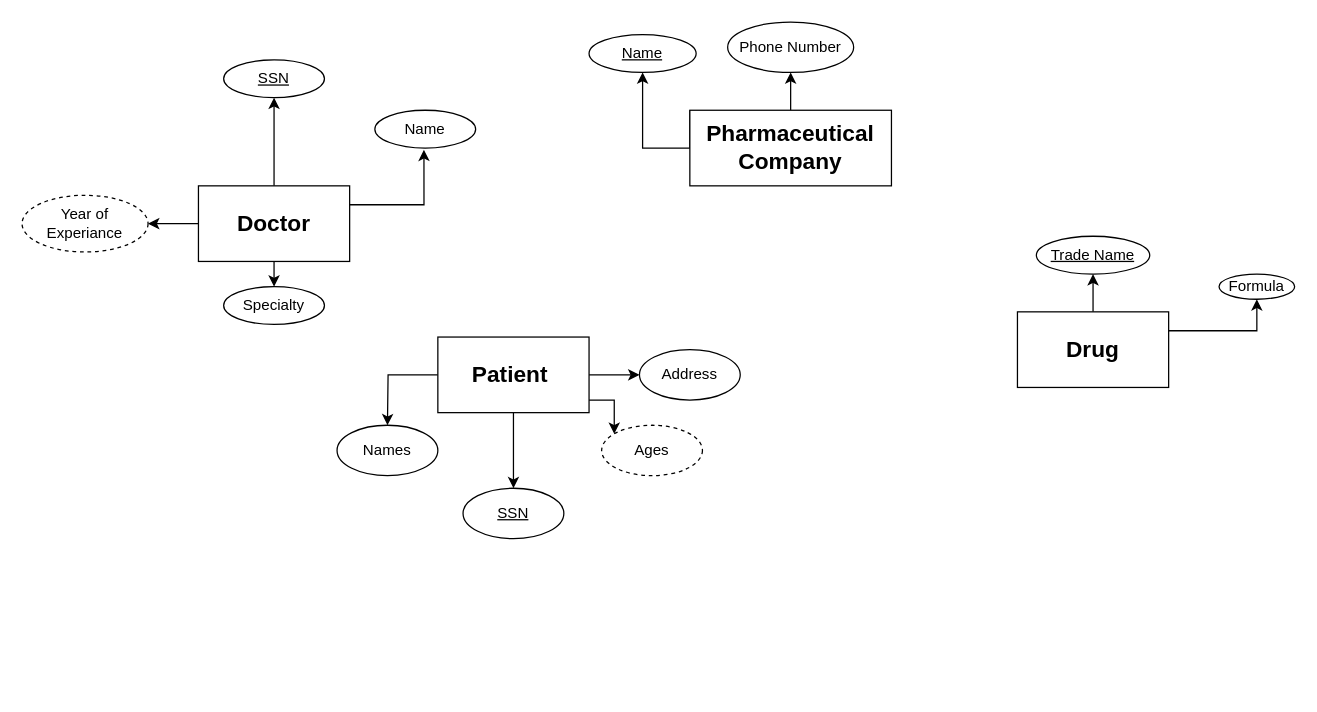
Before: The Prescriptions-R-X chain of pharmacies.drawio in Dilka98/ER-Diagram, a draw.io diagram. Source tidied: cells renumbered, new cells numbered last; positions are measured from the earlier drawing's top-left corner, leaving out a move shared by most shapes. Both pictures are drawn from the tidied source at 126%, with x=0, y=0 at pixel (21, 21).
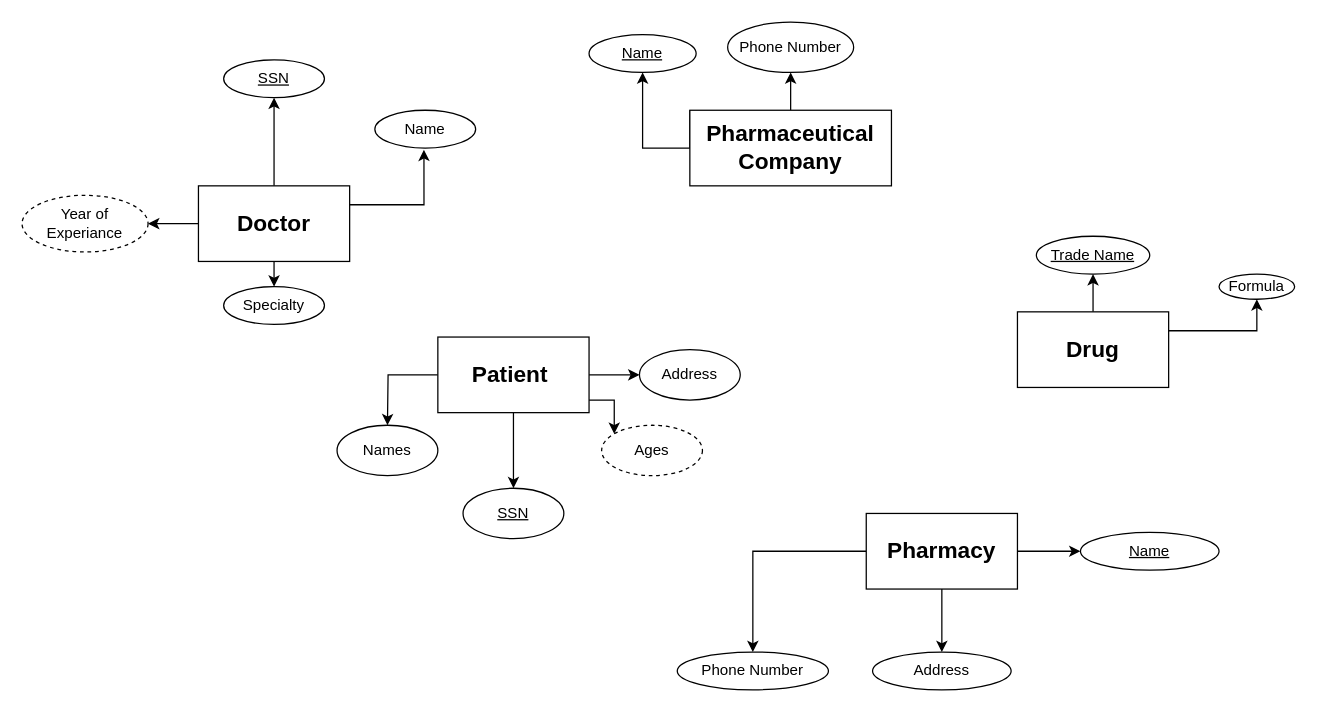
The same diagram, later.

Change to the diagram source:
```diff
@@
+    <mxCell id="30" style="edgeStyle=orthogonalEdgeStyle;rounded=0;jettySize=auto;html=1;" parent="1" edge="1" source="33" target="34">
+      <mxGeometry relative="1" as="geometry" />
+    </mxCell>
+    <mxCell id="31" style="edgeStyle=orthogonalEdgeStyle;rounded=0;jettySize=auto;html=1;" parent="1" edge="1" source="33" target="35">
+      <mxGeometry relative="1" as="geometry" />
+    </mxCell>
+    <mxCell id="32" style="edgeStyle=orthogonalEdgeStyle;rounded=0;jettySize=auto;html=1;" parent="1" edge="1" source="33" target="36">
+      <mxGeometry relative="1" as="geometry" />
+    </mxCell>
+    <mxCell id="33" value="&lt;h2&gt;Pharmacy&lt;/h2&gt;" style="rounded=0;whiteSpace=wrap;html=1;" parent="1" vertex="1">
+      <mxGeometry x="670" y="390" width="120" height="60" as="geometry" />
+    </mxCell>
+    <mxCell id="34" value="&lt;u&gt;Name&lt;/u&gt;" style="ellipse;whiteSpace=wrap;html=1;rounded=0;" parent="1" vertex="1">
+      <mxGeometry x="840" y="405" width="110" height="30" as="geometry" />
+    </mxCell>
+    <mxCell id="35" value="Address" style="ellipse;whiteSpace=wrap;html=1;rounded=0;" parent="1" vertex="1">
+      <mxGeometry x="675" y="500" width="110" height="30" as="geometry" />
+    </mxCell>
+    <mxCell id="36" value="Phone Number" style="ellipse;whiteSpace=wrap;html=1;rounded=0;" parent="1" vertex="1">
+      <mxGeometry x="520" y="500" width="120" height="30" as="geometry" />
+    </mxCell>
```
